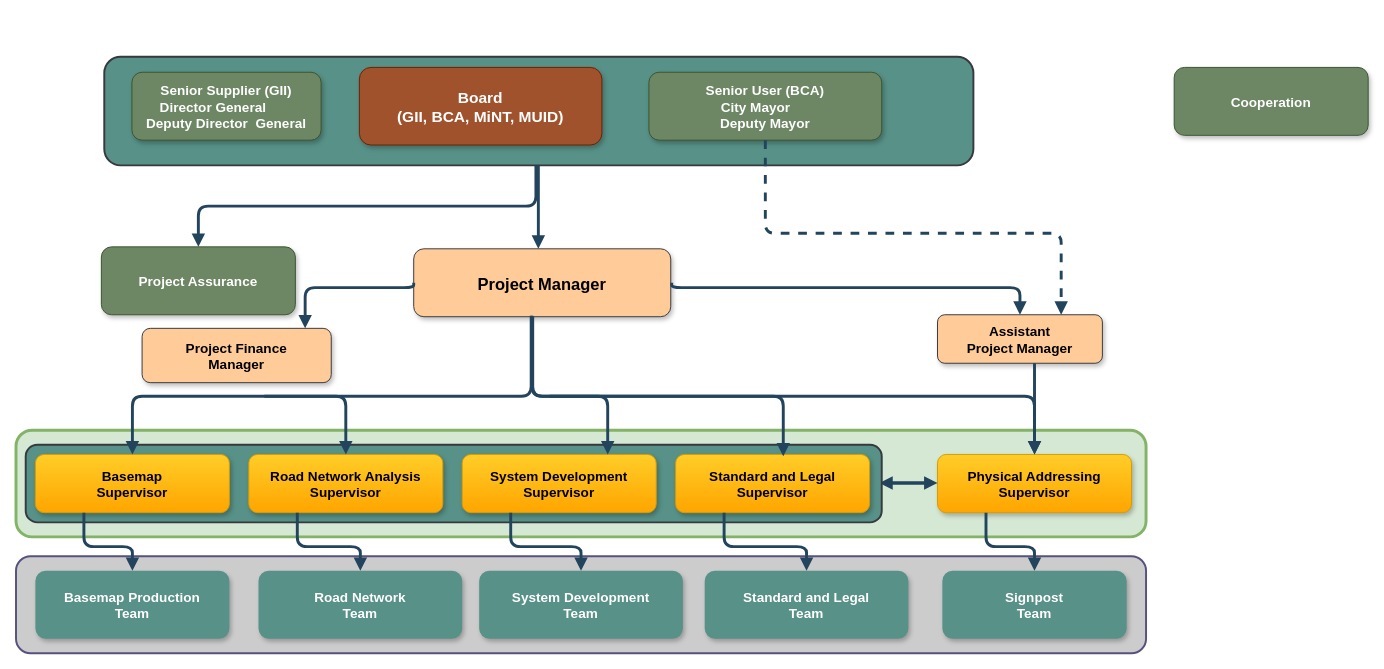
abersh/Devops_Engineer keeps this draw.io diagram as page "Page-2" (2 of 3) of Untitled Diagram.drawio. Above is the earlier version. Source tidied: cells renumbered, new cells numbered last; positions are measured from the earlier drawing's top-left corner, leaving out a move shared by most shapes. Both pictures are drawn from the tidied source at 97%, with x=0, y=0 at pixel (-23, 27).
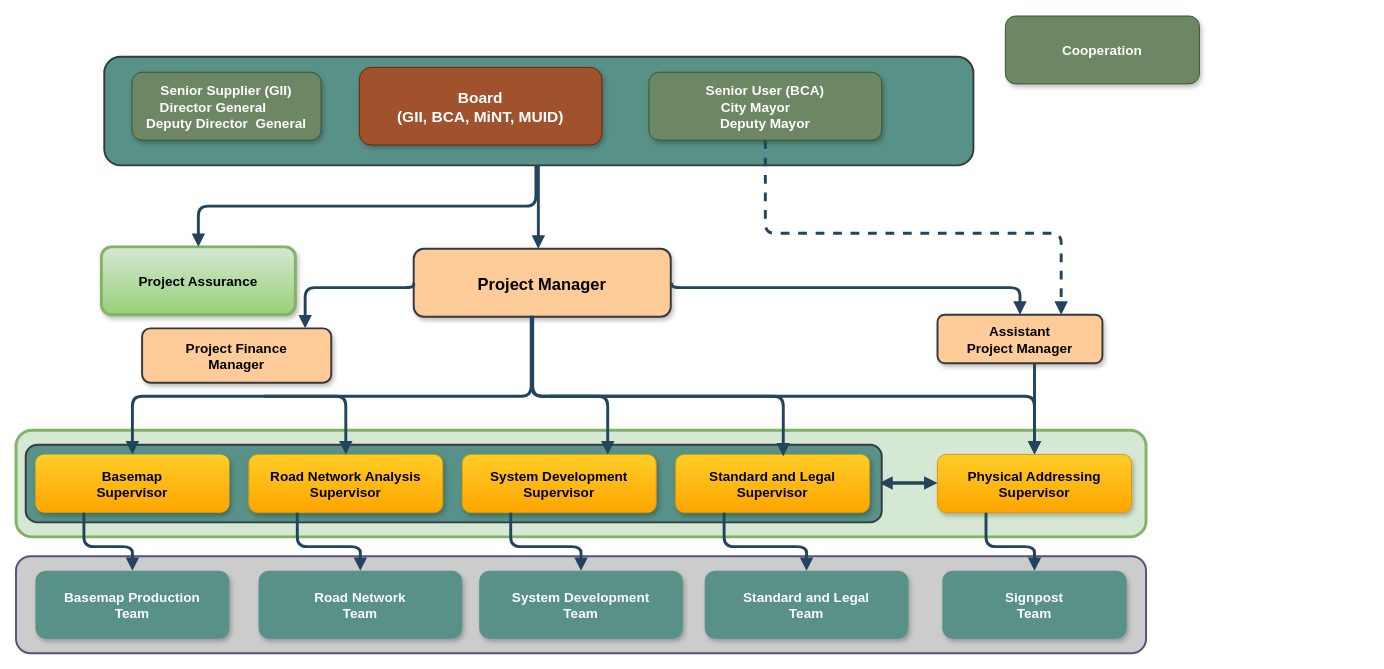
After the change.

Diff of the diagram source:
```diff
@@
-    <mxCell id="2" value="Project Manager " style="rounded=1;fillColor=#ffcc99;strokeColor=#36393d;shadow=1;fontStyle=1;fontSize=17;" parent="1" vertex="1">
+    <mxCell id="2" value="Project Manager " style="rounded=1;fillColor=#ffcc99;strokeColor=#36393d;shadow=1;fontStyle=1;fontSize=17;strokeWidth=2;" parent="1" vertex="1">
       <mxGeometry x="450" y="228" width="265" height="70" as="geometry" />
     </mxCell>
     <mxCell id="3" value="Cooperation" style="rounded=1;fillColor=#6d8764;strokeColor=#3A5431;shadow=1;fontStyle=1;fontSize=14;fontColor=#ffffff;" parent="1" vertex="1">
-      <mxGeometry x="1234" y="41" width="200" height="70" as="geometry" />
+      <mxGeometry x="1060" y="-12" width="200" height="70" as="geometry" />
     </mxCell>
-    <mxCell id="4" value="Assistant &#10;Project Manager " style="rounded=1;fillColor=#ffcc99;strokeColor=#36393d;shadow=1;fontStyle=1;fontSize=14;" parent="1" vertex="1">
+    <mxCell id="4" value="Assistant &#10;Project Manager " style="rounded=1;fillColor=#ffcc99;strokeColor=#36393d;shadow=1;fontStyle=1;fontSize=14;strokeWidth=2;" parent="1" vertex="1">
       <mxGeometry x="990" y="296" width="170" height="50" as="geometry" />
     </mxCell>
@@
-    <mxCell id="18" value="Basemap&#10;Supervisor" style="rounded=1;fillColor=#ffcd28;strokeColor=#d79b00;shadow=1;fontStyle=1;fontSize=14;strokeWidth=1;perimeterSpacing=0;gradientColor=#ffa500;" parent="1" vertex="1">
+    <mxCell id="18" value="Basemap&#10;Supervisor" style="rounded=1;fillColor=#ffcd28;strokeColor=#d79b00;shadow=1;fontStyle=1;fontSize=14;strokeWidth=0;perimeterSpacing=0;gradientColor=#ffa500;" parent="1" vertex="1">
       <mxGeometry x="60" y="440" width="200" height="60" as="geometry" />
     </mxCell>
@@
-    <mxCell id="33" value="Project Finance &#10;Manager " style="rounded=1;fillColor=#ffcc99;strokeColor=#36393d;shadow=1;fontStyle=1;fontSize=14;" parent="1" vertex="1">
+    <mxCell id="33" value="Project Finance &#10;Manager " style="rounded=1;fillColor=#ffcc99;strokeColor=#36393d;shadow=1;fontStyle=1;fontSize=14;strokeWidth=2;" parent="1" vertex="1">
       <mxGeometry x="170" y="310" width="195" height="56" as="geometry" />
     </mxCell>
@@
-    <mxCell id="38" value="Project Assurance" style="rounded=1;fillColor=#6d8764;strokeColor=#3A5431;shadow=1;fontStyle=1;fontSize=14;fontColor=#ffffff;" parent="1" vertex="1">
+    <mxCell id="38" value="Project Assurance" style="rounded=1;fillColor=#d5e8d4;strokeColor=#82b366;shadow=1;fontStyle=1;fontSize=14;gradientColor=#97d077;strokeWidth=3;" parent="1" vertex="1">
       <mxGeometry x="128" y="226" width="200" height="70" as="geometry" />
     </mxCell>
```
